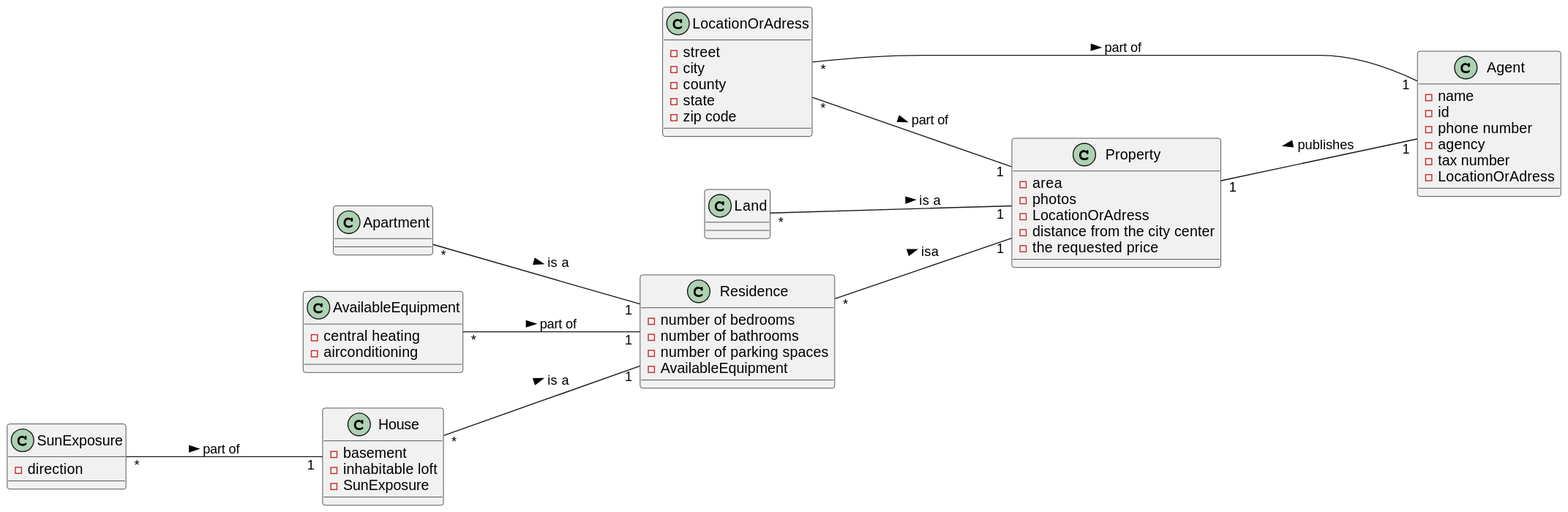
Earlier version of the PlantUML export docs/sprintA/US02/02.analysis/svg/us02-domain-model.svg (PureNimble/ISEP-LAPR2).
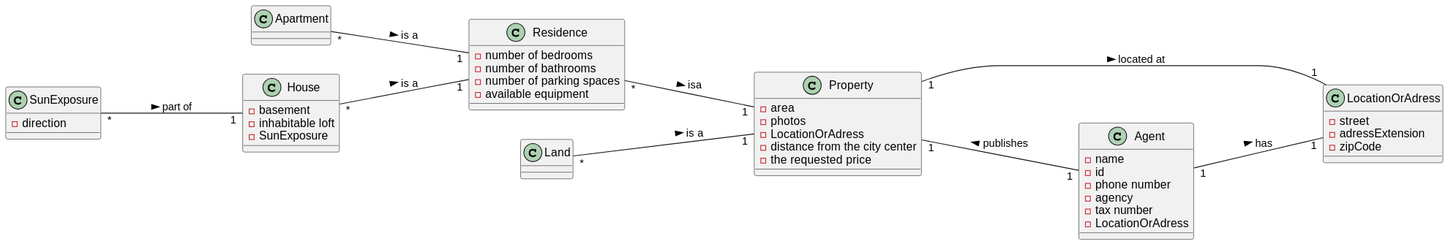
Later version of the same file.

Commit message:
us02-domain-model - correction

What changed in the source:
```diff
@@ -4,8 +4,6 @@
 class Property
 
 class Apartment
-
-class AvailableEquipment
 
 class House
 
@@ -32,7 +30,7 @@
 -number of bedrooms
  - number of bathrooms
  - number of parking spaces
- - AvailableEquipment
+ - available equipment
  }
 
 
@@ -65,16 +63,9 @@
 
 
 class LocationOrAdress {
-- street
-- city
-- county
-- state
-- zip code
-}
-
-class AvailableEquipment {
-- central heating
-- airconditioning
+-street
+-adressExtension
+-zipCode
 }
 
 Property "1" --- "1" Agent: publishes <
@@ -82,9 +73,8 @@
 Residence "*" --- "1" Property: isa >
 
 SunExposure "*" --- "1" House : part of >
-LocationOrAdress "*" --- "1" Property : part of >
-LocationOrAdress "*" --- "1" Agent : part of >
-AvailableEquipment "*" --- "1" Residence : part of >
+Property "1" --- "1" LocationOrAdress : located at >
+Agent "1" --- "1" LocationOrAdress : has >
 Apartment "*" --- "1" Residence : is a >
 House "*" --- "1" Residence : is a >
 @enduml
```
